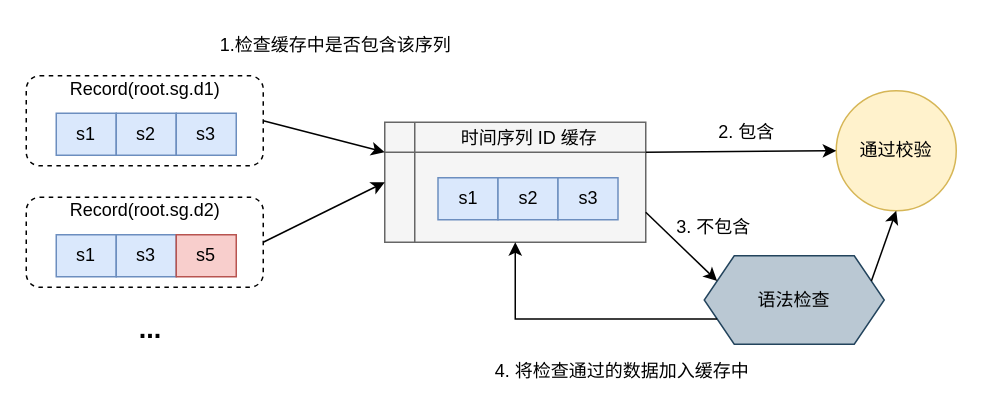
The draw.io diagram 设计图/时间序列ID客户端检查.drawio in THUMarkLau/thuthesis, before the edit. Source tidied: cells renumbered, new cells numbered last; positions are measured from the earlier drawing's top-left corner, leaving out a move shared by most shapes. Both pictures are drawn from the tidied source at 150%, with x=0, y=0 at pixel (26, 26).
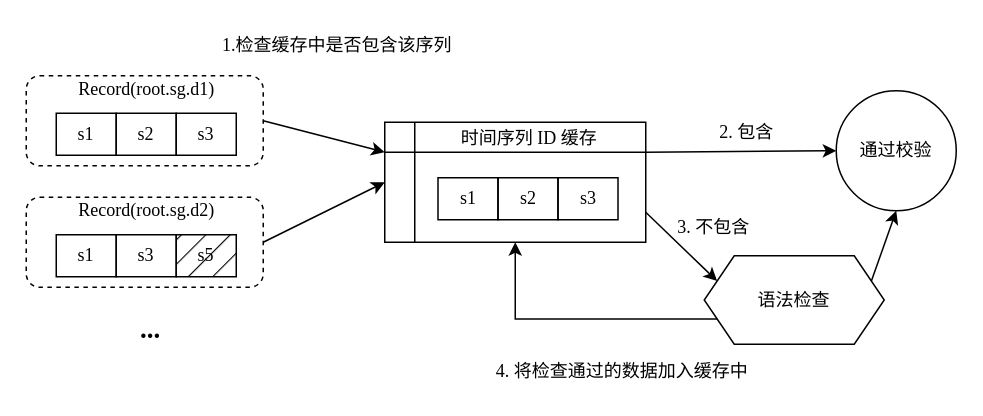
Above is the later version.

Diff of the diagram source:
```diff
@@
-    <mxCell id="2" style="rounded=1;whiteSpace=wrap;html=1;dashed=1;" parent="1" vertex="1">
+    <mxCell id="2" style="rounded=1;whiteSpace=wrap;html=1;dashed=1;fontFamily=Times New Roman;" parent="1" vertex="1">
       <mxGeometry y="33" width="158" height="60" as="geometry" />
     </mxCell>
-    <mxCell id="3" value="Record(root.sg.d1)" style="text;html=1;align=center;verticalAlign=middle;strokeColor=none;fillColor=none;" parent="1" vertex="1">
-      <mxGeometry x="20" y="29" width="118" height="26" as="geometry" />
+    <mxCell id="3" value="Record(root.sg.d1)" style="text;html=1;align=center;verticalAlign=middle;strokeColor=none;fillColor=none;fontFamily=Times New Roman;" parent="1" vertex="1">
+      <mxGeometry x="25" y="29" width="109" height="26" as="geometry" />
     </mxCell>
-    <mxCell id="4" value="s1" style="rounded=0;whiteSpace=wrap;html=1;fillColor=#dae8fc;strokeColor=#6c8ebf;" parent="1" vertex="1">
+    <mxCell id="4" value="s1" style="rounded=0;whiteSpace=wrap;html=1;fillColor=none;strokeColor=#000000;fontFamily=Times New Roman;" parent="1" vertex="1">
       <mxGeometry x="20" y="58" width="40" height="28" as="geometry" />
     </mxCell>
-    <mxCell id="5" value="s2" style="rounded=0;whiteSpace=wrap;html=1;fillColor=#dae8fc;strokeColor=#6c8ebf;" parent="1" vertex="1">
+    <mxCell id="5" value="s2" style="rounded=0;whiteSpace=wrap;html=1;fillColor=none;strokeColor=#000000;fontFamily=Times New Roman;" parent="1" vertex="1">
       <mxGeometry x="60" y="58" width="40" height="28" as="geometry" />
     </mxCell>
-    <mxCell id="6" value="s3" style="rounded=0;whiteSpace=wrap;html=1;fillColor=#dae8fc;strokeColor=#6c8ebf;" parent="1" vertex="1">
+    <mxCell id="6" value="s3" style="rounded=0;whiteSpace=wrap;html=1;fillColor=none;strokeColor=#000000;fontFamily=Times New Roman;" parent="1" vertex="1">
       <mxGeometry x="100" y="58" width="40" height="28" as="geometry" />
     </mxCell>
-    <mxCell id="7" style="rounded=1;whiteSpace=wrap;html=1;dashed=1;" parent="1" vertex="1">
+    <mxCell id="7" style="rounded=1;whiteSpace=wrap;html=1;dashed=1;fontFamily=Times New Roman;" parent="1" vertex="1">
       <mxGeometry y="114" width="158" height="60" as="geometry" />
     </mxCell>
-    <mxCell id="8" value="Record(root.sg.d2)" style="text;html=1;align=center;verticalAlign=middle;strokeColor=none;fillColor=none;" parent="1" vertex="1">
-      <mxGeometry x="20" y="110" width="118" height="26" as="geometry" />
+    <mxCell id="8" value="Record(root.sg.d2)" style="text;html=1;align=center;verticalAlign=middle;strokeColor=none;fillColor=none;fontFamily=Times New Roman;" parent="1" vertex="1">
+      <mxGeometry x="25" y="110" width="109" height="26" as="geometry" />
     </mxCell>
-    <mxCell id="9" value="s1" style="rounded=0;whiteSpace=wrap;html=1;fillColor=#dae8fc;strokeColor=#6c8ebf;" parent="1" vertex="1">
+    <mxCell id="9" value="s1" style="rounded=0;whiteSpace=wrap;html=1;fillColor=none;strokeColor=#000000;fontFamily=Times New Roman;" parent="1" vertex="1">
       <mxGeometry x="20" y="139" width="40" height="28" as="geometry" />
     </mxCell>
-    <mxCell id="10" value="s3" style="rounded=0;whiteSpace=wrap;html=1;fillColor=#dae8fc;strokeColor=#6c8ebf;" parent="1" vertex="1">
+    <mxCell id="10" value="s3" style="rounded=0;whiteSpace=wrap;html=1;fillColor=none;strokeColor=#000000;fontFamily=Times New Roman;" parent="1" vertex="1">
       <mxGeometry x="60" y="139" width="40" height="28" as="geometry" />
     </mxCell>
-    <mxCell id="11" value="s5" style="rounded=0;whiteSpace=wrap;html=1;fillColor=#f8cecc;strokeColor=#b85450;" parent="1" vertex="1">
+    <mxCell id="11" value="s5" style="rounded=0;whiteSpace=wrap;html=1;fillColor=#000000;strokeColor=#000000;fillStyle=hatch;fontFamily=Times New Roman;" parent="1" vertex="1">
       <mxGeometry x="100" y="139" width="40" height="28" as="geometry" />
     </mxCell>
-    <mxCell id="12" value="..." style="text;html=1;align=center;verticalAlign=middle;whiteSpace=wrap;rounded=0;fontSize=18;fontStyle=1;" parent="1" vertex="1">
+    <mxCell id="12" value="..." style="text;html=1;align=center;verticalAlign=middle;whiteSpace=wrap;rounded=0;fontSize=18;fontStyle=1;fontFamily=Times New Roman;" parent="1" vertex="1">
       <mxGeometry x="53" y="187" width="60" height="30" as="geometry" />
     </mxCell>
-    <mxCell id="13" style="shape=internalStorage;whiteSpace=wrap;html=1;backgroundOutline=1;fillColor=#f5f5f5;strokeColor=#666666;fontColor=#333333;" parent="1" vertex="1">
+    <mxCell id="13" style="shape=internalStorage;whiteSpace=wrap;html=1;backgroundOutline=1;fillColor=none;strokeColor=#000000;fontColor=#333333;fontFamily=Times New Roman;" parent="1" vertex="1">
       <mxGeometry x="239" y="64" width="174" height="80" as="geometry" />
     </mxCell>
-    <mxCell id="14" value="时间序列 ID 缓存" style="text;html=1;align=center;verticalAlign=middle;strokeColor=none;fillColor=none;" parent="1" vertex="1">
+    <mxCell id="14" value="时间序列 ID 缓存" style="text;html=1;align=center;verticalAlign=middle;strokeColor=none;fillColor=none;fontFamily=Times New Roman;" parent="1" vertex="1">
       <mxGeometry x="280" y="62" width="109" height="26" as="geometry" />
     </mxCell>
-    <mxCell id="15" value="s1" style="rounded=0;whiteSpace=wrap;html=1;fillColor=#dae8fc;strokeColor=#6c8ebf;" parent="1" vertex="1">
+    <mxCell id="15" value="s1" style="rounded=0;whiteSpace=wrap;html=1;fillColor=none;strokeColor=#000000;fontFamily=Times New Roman;" parent="1" vertex="1">
       <mxGeometry x="274.5" y="101" width="40" height="28" as="geometry" />
     </mxCell>
-    <mxCell id="16" value="s2" style="rounded=0;whiteSpace=wrap;html=1;fillColor=#dae8fc;strokeColor=#6c8ebf;" parent="1" vertex="1">
+    <mxCell id="16" value="s2" style="rounded=0;whiteSpace=wrap;html=1;fillColor=none;strokeColor=#000000;fontFamily=Times New Roman;" parent="1" vertex="1">
       <mxGeometry x="314.5" y="101" width="40" height="28" as="geometry" />
     </mxCell>
-    <mxCell id="17" value="s3" style="rounded=0;whiteSpace=wrap;html=1;fillColor=#dae8fc;strokeColor=#6c8ebf;" parent="1" vertex="1">
+    <mxCell id="17" value="s3" style="rounded=0;whiteSpace=wrap;html=1;fillColor=none;strokeColor=#000000;fontFamily=Times New Roman;" parent="1" vertex="1">
       <mxGeometry x="354.5" y="101" width="40" height="28" as="geometry" />
     </mxCell>
-    <mxCell id="18" value="1.检查缓存中是否包含该序列" style="text;html=1;align=center;verticalAlign=middle;strokeColor=none;fillColor=none;" parent="1" vertex="1">
-      <mxGeometry x="120" width="172" height="26" as="geometry" />
+    <mxCell id="18" value="1.检查缓存中是否包含该序列" style="text;html=1;align=center;verticalAlign=middle;strokeColor=none;fillColor=none;fontFamily=Times New Roman;" parent="1" vertex="1">
+      <mxGeometry x="121" width="171" height="26" as="geometry" />
     </mxCell>
-    <mxCell id="19" value="通过校验" style="ellipse;whiteSpace=wrap;html=1;fillColor=#fff2cc;strokeColor=#d6b656;" parent="1" vertex="1">
+    <mxCell id="19" value="通过校验" style="ellipse;whiteSpace=wrap;html=1;fillColor=none;strokeColor=#000000;fontFamily=Times New Roman;" parent="1" vertex="1">
       <mxGeometry x="540" y="43" width="80" height="80" as="geometry" />
     </mxCell>
-    <mxCell id="20" style="endArrow=classic;html=1;rounded=0;exitX=1;exitY=0.25;exitDx=0;exitDy=0;entryX=0;entryY=0.5;entryDx=0;entryDy=0;" parent="1" edge="1" source="13" target="19">
+    <mxCell id="20" style="endArrow=classic;html=1;rounded=0;exitX=1;exitY=0.25;exitDx=0;exitDy=0;entryX=0;entryY=0.5;entryDx=0;entryDy=0;fontFamily=Times New Roman;" parent="1" edge="1" source="13" target="19">
       <mxGeometry relative="1" as="geometry" />
     </mxCell>
-    <mxCell id="21" style="endArrow=classic;html=1;rounded=0;exitX=1;exitY=0.5;exitDx=0;exitDy=0;entryX=0;entryY=0.25;entryDx=0;entryDy=0;" parent="1" edge="1" source="2" target="13">
+    <mxCell id="21" style="endArrow=classic;html=1;rounded=0;exitX=1;exitY=0.5;exitDx=0;exitDy=0;entryX=0;entryY=0.25;entryDx=0;entryDy=0;fontFamily=Times New Roman;" parent="1" edge="1" source="2" target="13">
       <mxGeometry relative="1" as="geometry" />
     </mxCell>
-    <mxCell id="22" style="endArrow=classic;html=1;rounded=0;exitX=1;exitY=0.5;exitDx=0;exitDy=0;entryX=0;entryY=0.5;entryDx=0;entryDy=0;" parent="1" edge="1" source="7" target="13">
+    <mxCell id="22" style="endArrow=classic;html=1;rounded=0;exitX=1;exitY=0.5;exitDx=0;exitDy=0;entryX=0;entryY=0.5;entryDx=0;entryDy=0;fontFamily=Times New Roman;" parent="1" edge="1" source="7" target="13">
       <mxGeometry relative="1" as="geometry" />
     </mxCell>
-    <mxCell id="23" value="语法检查" style="shape=hexagon;perimeter=hexagonPerimeter2;whiteSpace=wrap;html=1;fixedSize=1;fillColor=#bac8d3;strokeColor=#23445d;" parent="1" vertex="1">
+    <mxCell id="23" value="语法检查" style="shape=hexagon;perimeter=hexagonPerimeter2;whiteSpace=wrap;html=1;fixedSize=1;fillColor=none;strokeColor=#000000;fontFamily=Times New Roman;" parent="1" vertex="1">
       <mxGeometry x="452" y="153" width="120" height="59" as="geometry" />
     </mxCell>
-    <mxCell id="24" style="endArrow=classic;html=1;rounded=0;exitX=1;exitY=0.75;exitDx=0;exitDy=0;entryX=0;entryY=0.25;entryDx=0;entryDy=0;" parent="1" edge="1" source="13" target="23">
+    <mxCell id="24" style="endArrow=classic;html=1;rounded=0;exitX=1;exitY=0.75;exitDx=0;exitDy=0;entryX=0;entryY=0.25;entryDx=0;entryDy=0;fontFamily=Times New Roman;" parent="1" edge="1" source="13" target="23">
       <mxGeometry relative="1" as="geometry" />
     </mxCell>
-    <mxCell id="25" value="2. 包含" style="text;html=1;align=center;verticalAlign=middle;strokeColor=none;fillColor=none;" parent="1" vertex="1">
-      <mxGeometry x="452" y="58" width="55" height="26" as="geometry" />
+    <mxCell id="25" value="2. 包含" style="text;html=1;align=center;verticalAlign=middle;strokeColor=none;fillColor=none;fontFamily=Times New Roman;" parent="1" vertex="1">
+      <mxGeometry x="453" y="58" width="54" height="26" as="geometry" />
     </mxCell>
-    <mxCell id="26" value="3. 不包含" style="text;html=1;align=center;verticalAlign=middle;strokeColor=none;fillColor=none;" parent="1" vertex="1">
-      <mxGeometry x="424" y="121" width="67" height="26" as="geometry" />
+    <mxCell id="26" value="3. 不包含" style="text;html=1;align=center;verticalAlign=middle;strokeColor=none;fillColor=none;fontFamily=Times New Roman;" parent="1" vertex="1">
+      <mxGeometry x="425" y="121" width="66" height="26" as="geometry" />
     </mxCell>
-    <mxCell id="27" style="endArrow=classic;html=1;rounded=0;exitX=1;exitY=0.25;exitDx=0;exitDy=0;entryX=0.5;entryY=1;entryDx=0;entryDy=0;" parent="1" edge="1" source="23" target="19">
+    <mxCell id="27" style="endArrow=classic;html=1;rounded=0;exitX=1;exitY=0.25;exitDx=0;exitDy=0;entryX=0.5;entryY=1;entryDx=0;entryDy=0;fontFamily=Times New Roman;" parent="1" edge="1" source="23" target="19">
       <mxGeometry relative="1" as="geometry" />
     </mxCell>
-    <mxCell id="28" style="endArrow=classic;html=1;rounded=0;exitX=0;exitY=0.75;exitDx=0;exitDy=0;entryX=0.5;entryY=1;entryDx=0;entryDy=0;edgeStyle=orthogonalEdgeStyle;" parent="1" edge="1" source="23" target="13">
+    <mxCell id="28" style="endArrow=classic;html=1;rounded=0;exitX=0;exitY=0.75;exitDx=0;exitDy=0;entryX=0.5;entryY=1;entryDx=0;entryDy=0;edgeStyle=orthogonalEdgeStyle;fontFamily=Times New Roman;" parent="1" edge="1" source="23" target="13">
       <mxGeometry relative="1" as="geometry" />
     </mxCell>
-    <mxCell id="29" value="4. 将检查通过的数据加入缓存中" style="text;html=1;align=center;verticalAlign=middle;strokeColor=none;fillColor=none;" parent="1" vertex="1">
-      <mxGeometry x="303" y="217" width="187" height="26" as="geometry" />
+    <mxCell id="29" value="4. 将检查通过的数据加入缓存中" style="text;html=1;align=center;verticalAlign=middle;strokeColor=none;fillColor=none;fontFamily=Times New Roman;" parent="1" vertex="1">
+      <mxGeometry x="304" y="217" width="186" height="26" as="geometry" />
     </mxCell>
```
